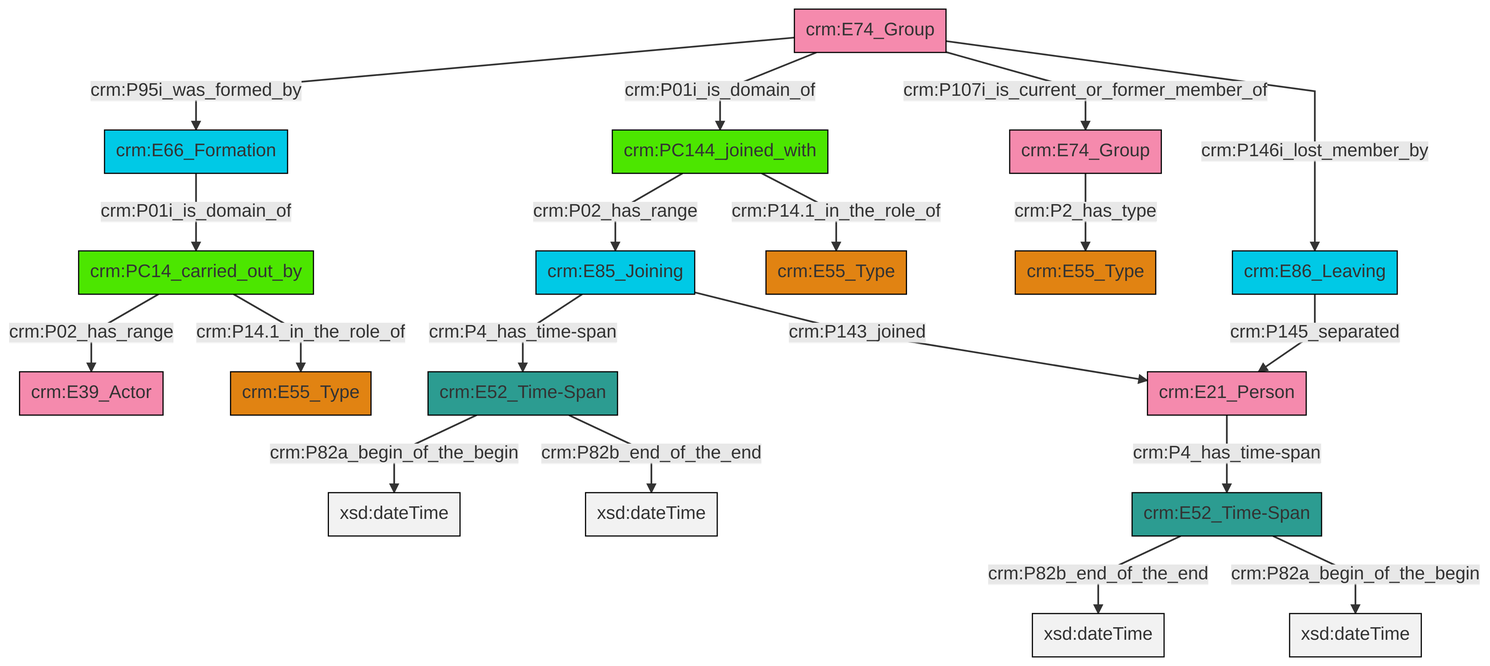
This is et/groupCSV/ttl/mmd/png/group_actor_relations.png from swiss-art-research-net/reference-data-models, a Mermaid export, as it was before one commit. Its source is kept beside it as et/groupCSV/ttl/mmd/group_actor_relations.ttl.mmd.
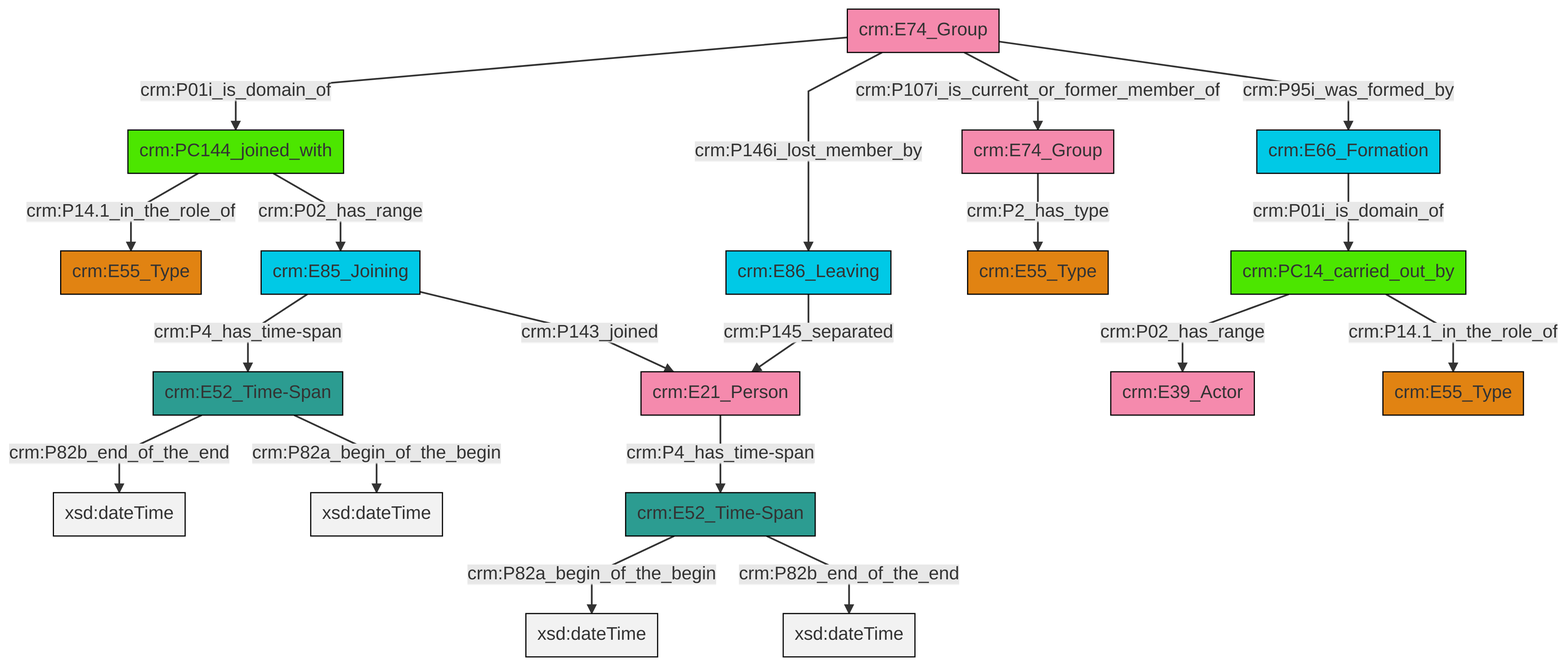
After the change.

Diff of the diagram source:
```diff
@@ -13,21 +13,21 @@
 classDef PC_Classes fill:#4ce600, stroke:#000000;
 classDef Multi fill:#cccccc,stroke:#000000;
 
-0["crm:PC144_joined_with"]:::PC_Classes -->|crm:P02_has_range| 1["crm:E85_Joining"]:::Temporal_Entity
-1["crm:E85_Joining"]:::Temporal_Entity -->|crm:P4_has_time-span| 2["crm:E52_Time-Span"]:::Time-Span
-5["crm:E66_Formation"]:::Temporal_Entity -->|crm:P01i_is_domain_of| 6["crm:PC14_carried_out_by"]:::PC_Classes
-6["crm:PC14_carried_out_by"]:::PC_Classes -->|crm:P02_has_range| 7["crm:E39_Actor"]:::Actor
-1["crm:E85_Joining"]:::Temporal_Entity -->|crm:P143_joined| 8["crm:E21_Person"]:::Actor
-9["crm:E52_Time-Span"]:::Time-Span -->|crm:P82b_end_of_the_end| 10[xsd:dateTime]:::Literal
-11["crm:E74_Group"]:::Actor -->|crm:P95i_was_formed_by| 5["crm:E66_Formation"]:::Temporal_Entity
-8["crm:E21_Person"]:::Actor -->|crm:P4_has_time-span| 9["crm:E52_Time-Span"]:::Time-Span
-6["crm:PC14_carried_out_by"]:::PC_Classes -->|crm:P14.1_in_the_role_of| 15["crm:E55_Type"]:::Type
-2["crm:E52_Time-Span"]:::Time-Span -->|crm:P82a_begin_of_the_begin| 18[xsd:dateTime]:::Literal
-9["crm:E52_Time-Span"]:::Time-Span -->|crm:P82a_begin_of_the_begin| 19[xsd:dateTime]:::Literal
-11["crm:E74_Group"]:::Actor -->|crm:P01i_is_domain_of| 0["crm:PC144_joined_with"]:::PC_Classes
-23["crm:E74_Group"]:::Actor -->|crm:P2_has_type| 3["crm:E55_Type"]:::Type
-24["crm:E86_Leaving"]:::Temporal_Entity -->|crm:P145_separated| 8["crm:E21_Person"]:::Actor
-11["crm:E74_Group"]:::Actor -->|crm:P107i_is_current_or_former_member_of| 23["crm:E74_Group"]:::Actor
-0["crm:PC144_joined_with"]:::PC_Classes -->|crm:P14.1_in_the_role_of| 13["crm:E55_Type"]:::Type
-11["crm:E74_Group"]:::Actor -->|crm:P146i_lost_member_by| 24["crm:E86_Leaving"]:::Temporal_Entity
-2["crm:E52_Time-Span"]:::Time-Span -->|crm:P82b_end_of_the_end| 33[xsd:dateTime]:::Literal
+0["crm:PC144_joined_with"]:::PC_Classes -->|crm:P14.1_in_the_role_of| 1["crm:E55_Type"]:::Type
+2["crm:E52_Time-Span"]:::Time-Span -->|crm:P82a_begin_of_the_begin| 3[xsd:dateTime]:::Literal
+4["crm:E74_Group"]:::Actor -->|crm:P01i_is_domain_of| 0["crm:PC144_joined_with"]:::PC_Classes
+5["crm:E21_Person"]:::Actor -->|crm:P4_has_time-span| 2["crm:E52_Time-Span"]:::Time-Span
+7["crm:E74_Group"]:::Actor -->|crm:P2_has_type| 8["crm:E55_Type"]:::Type
+9["crm:PC14_carried_out_by"]:::PC_Classes -->|crm:P02_has_range| 10["crm:E39_Actor"]:::Actor
+11["crm:E52_Time-Span"]:::Time-Span -->|crm:P82b_end_of_the_end| 12[xsd:dateTime]:::Literal
+13["crm:E85_Joining"]:::Temporal_Entity -->|crm:P4_has_time-span| 11["crm:E52_Time-Span"]:::Time-Span
+9["crm:PC14_carried_out_by"]:::PC_Classes -->|crm:P14.1_in_the_role_of| 16["crm:E55_Type"]:::Type
+0["crm:PC144_joined_with"]:::PC_Classes -->|crm:P02_has_range| 13["crm:E85_Joining"]:::Temporal_Entity
+4["crm:E74_Group"]:::Actor -->|crm:P146i_lost_member_by| 18["crm:E86_Leaving"]:::Temporal_Entity
+20["crm:E66_Formation"]:::Temporal_Entity -->|crm:P01i_is_domain_of| 9["crm:PC14_carried_out_by"]:::PC_Classes
+13["crm:E85_Joining"]:::Temporal_Entity -->|crm:P143_joined| 5["crm:E21_Person"]:::Actor
+2["crm:E52_Time-Span"]:::Time-Span -->|crm:P82b_end_of_the_end| 26[xsd:dateTime]:::Literal
+4["crm:E74_Group"]:::Actor -->|crm:P107i_is_current_or_former_member_of| 7["crm:E74_Group"]:::Actor
+4["crm:E74_Group"]:::Actor -->|crm:P95i_was_formed_by| 20["crm:E66_Formation"]:::Temporal_Entity
+18["crm:E86_Leaving"]:::Temporal_Entity -->|crm:P145_separated| 5["crm:E21_Person"]:::Actor
+11["crm:E52_Time-Span"]:::Time-Span -->|crm:P82a_begin_of_the_begin| 31[xsd:dateTime]:::Literal
```
